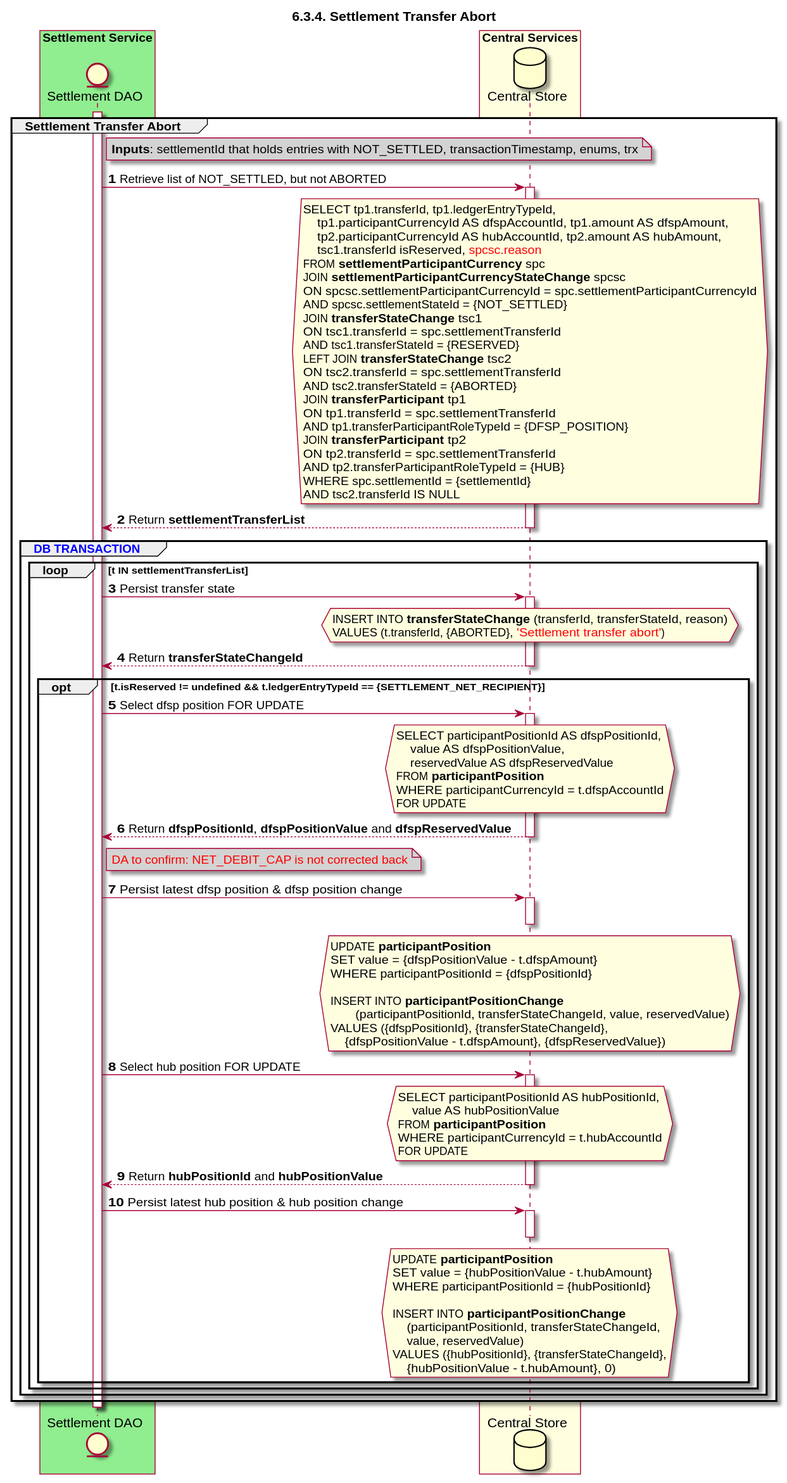
ggrg/docs keeps this PlantUML diagram as Diagrams/SequenceDiagrams/seq-settransfer-6.3.4-abort.svg. Above is the earlier version.
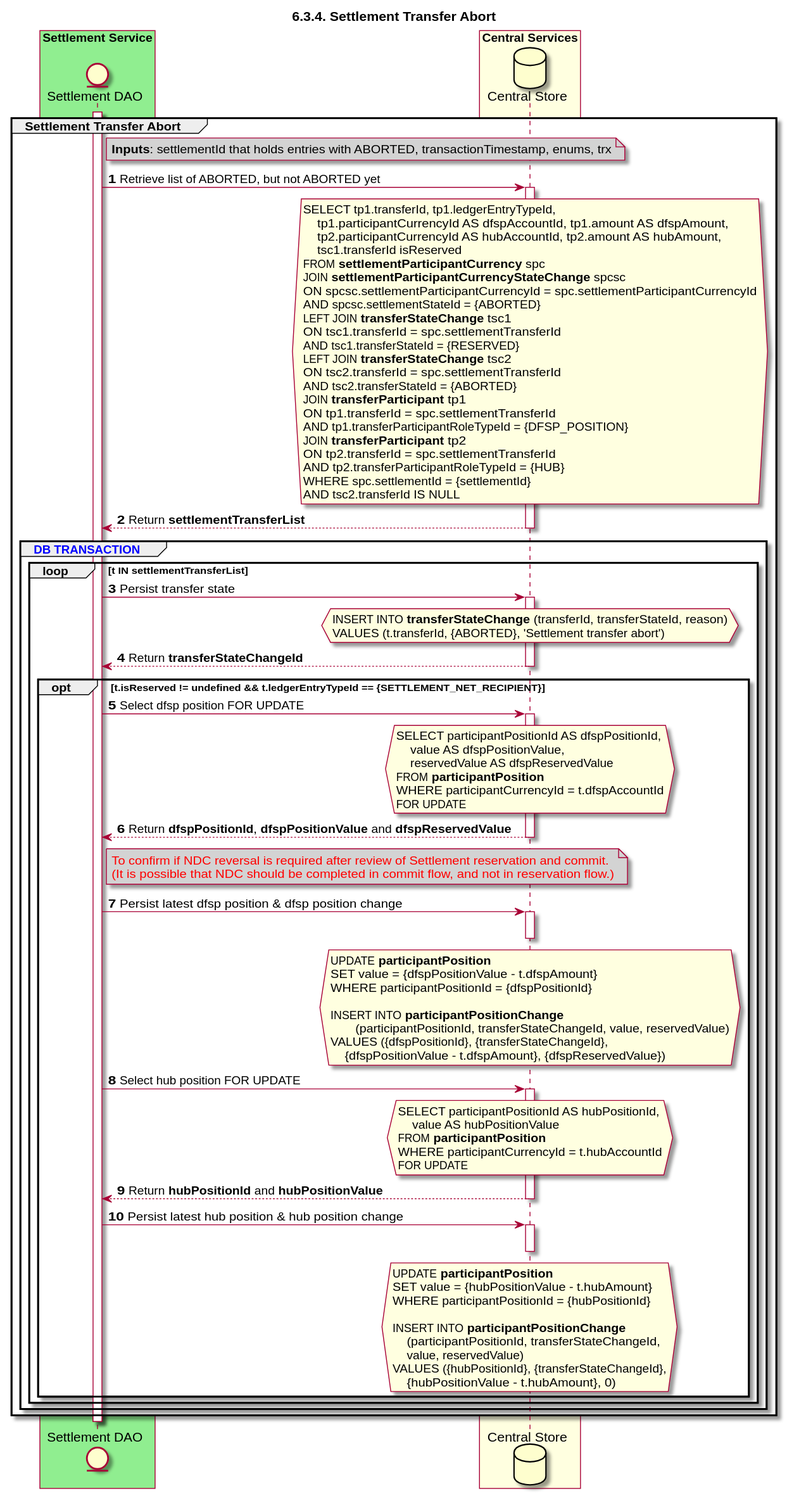
Above is the later version.

Commit message:
Update according to DA review

Diff of the diagram source:
```diff
@@ -16,20 +16,20 @@
 activate SETTLE_DAO
 group Settlement Transfer Abort
     note right of SETTLE_DAO #lightgray
-        **Inputs**: settlementId that holds entries with NOT_SETTLED, transactionTimestamp, enums, trx
+        **Inputs**: settlementId that holds entries with ABORTED, transactionTimestamp, enums, trx
     end note
-    SETTLE_DAO -> DB: Retrieve list of NOT_SETTLED, but not ABORTED
+    SETTLE_DAO -> DB: Retrieve list of ABORTED, but not ABORTED yet
     activate DB
     hnote over DB #lightyellow
         SELECT tp1.transferId, tp1.ledgerEntryTypeId,
             tp1.participantCurrencyId AS dfspAccountId, tp1.amount AS dfspAmount,
             tp2.participantCurrencyId AS hubAccountId, tp2.amount AS hubAmount,
-            tsc1.transferId isReserved, <color #red>spcsc.reason</color>
+            tsc1.transferId isReserved
         FROM **settlementParticipantCurrency** spc
         JOIN **settlementParticipantCurrencyStateChange** spcsc
         ON spcsc.settlementParticipantCurrencyId = spc.settlementParticipantCurrencyId
-        AND spcsc.settlementStateId = {NOT_SETTLED}
-        JOIN **transferStateChange** tsc1
+        AND spcsc.settlementStateId = {ABORTED}
+        LEFT JOIN **transferStateChange** tsc1
         ON tsc1.transferId = spc.settlementTransferId
         AND tsc1.transferStateId = {RESERVED}
         LEFT JOIN **transferStateChange** tsc2
@@ -52,7 +52,7 @@
             activate DB
             hnote over DB #lightyellow
                 INSERT INTO **transferStateChange** (transferId, transferStateId, reason)
-                VALUES (t.transferId, {ABORTED}, <color #red>'Settlement transfer abort'</color>)
+                VALUES (t.transferId, {ABORTED}, 'Settlement transfer abort')
             end note
             DB --> SETTLE_DAO: Return **transferStateChangeId**
             deactivate DB
@@ -72,7 +72,8 @@
                 deactivate DB
 
                 note right of SETTLE_DAO #lightgray
-                    <color #red>DA to confirm: NET_DEBIT_CAP is not corrected back</color>
+                    <color #red>To confirm if NDC reversal is required after review of Settlement reservation and commit.</color>
+                    <color #red>(It is possible that NDC should be completed in commit flow, and not in reservation flow.)</color>
                 end note
 
                 SETTLE_DAO->DB: Persist latest dfsp position & dfsp position change
```
